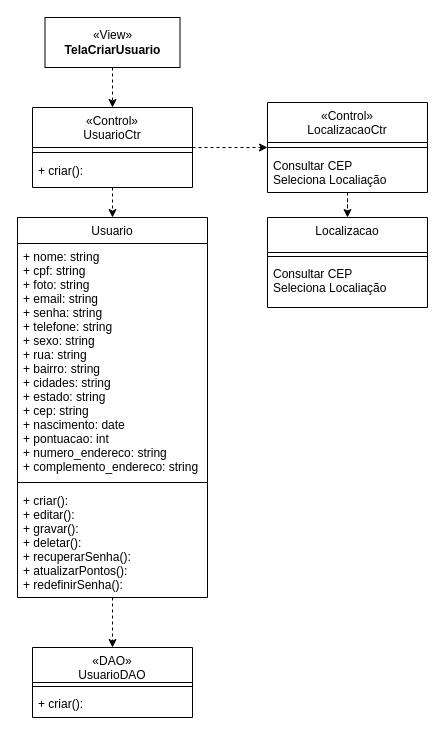
Above: Documentação/Diagramas/Diagramas de Casos de Uso/Diagrama Caso de Uso Cadastrar Usuário.drawio in frsouzaa/Documentacao-TCC-NossaVia (draw.io), before the change. Source tidied: cells renumbered, new cells numbered last; positions are measured from the earlier drawing's top-left corner, leaving out a move shared by most shapes. Both pictures are drawn from the tidied source at 100%, with x=0, y=0 at pixel (17, 17).
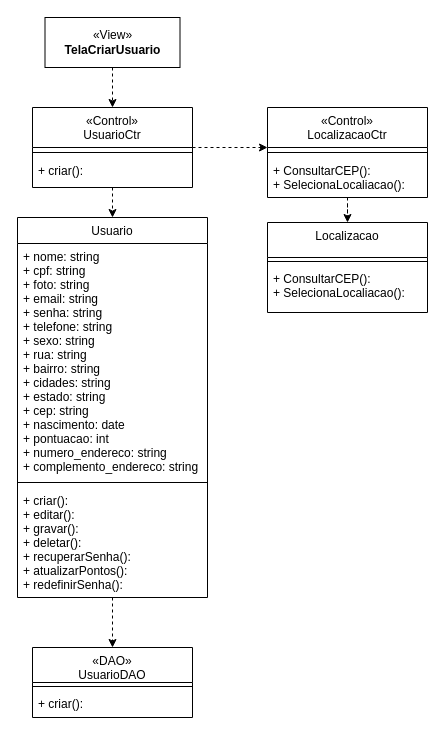
The same page after the edit.

Unchanged cells that the change refers to:
```xml
<mxCell id="13" value="«Control»&#10;UsuarioCtr" style="swimlane;fontStyle=0;align=center;verticalAlign=top;horizontal=1;startSize=40;rounded=0;shadow=0;strokeWidth=1;" parent="1" vertex="1">
  <mxGeometry x="15" y="90" width="160" height="80" as="geometry" />
</mxCell>
```

Change to the diagram source:
```diff
@@
+    <mxCell id="22" style="edgeStyle=orthogonalEdgeStyle;rounded=0;jettySize=auto;html=1;exitX=1;exitY=0.5;exitDx=0;exitDy=0;dashed=1;entryX=0;entryY=0.5;entryDx=0;entryDy=0;" parent="1" edge="1" source="13">
+      <mxGeometry relative="1" as="geometry">
+        <mxPoint x="250" y="130" as="targetPoint" />
+      </mxGeometry>
+    </mxCell>
     <mxCell id="16" value="«Control»&#10;LocalizacaoCtr" style="swimlane;fontStyle=0;align=center;verticalAlign=top;horizontal=1;startSize=40;rounded=0;shadow=0;strokeWidth=1;" parent="1" vertex="1">
-      <mxGeometry x="250" y="85" width="160" height="90" as="geometry" />
+      <mxGeometry x="250" y="90" width="160" height="90" as="geometry" />
     </mxCell>
@@
-    <mxCell id="18" value="Consultar CEP&#10;Seleciona Localiação" style="text;align=left;verticalAlign=top;spacingLeft=4;spacingRight=4;overflow=hidden;" parent="16" vertex="1">
-      <mxGeometry y="50" width="160" height="40" as="geometry" />
-    </mxCell>
+    <mxCell id="24" value="+ ConsultarCEP():&#10;+ SelecionaLocaliacao():" style="text;align=left;verticalAlign=top;spacingLeft=4;spacingRight=4;overflow=hidden;" parent="16" vertex="1">
+      <mxGeometry y="50" width="160" height="40" as="geometry" />
+    </mxCell>
     <mxCell id="19" value="Localizacao" style="swimlane;fontStyle=0;align=center;verticalAlign=top;horizontal=1;startSize=35;rounded=0;shadow=0;strokeWidth=1;" parent="1" vertex="1">
-      <mxGeometry x="250" y="200" width="160" height="90" as="geometry" />
+      <mxGeometry x="250" y="205" width="160" height="90" as="geometry" />
     </mxCell>
@@
-    <mxCell id="21" value="Consultar CEP&#10;Seleciona Localiação" style="text;align=left;verticalAlign=top;spacingLeft=4;spacingRight=4;overflow=hidden;" parent="19" vertex="1">
-      <mxGeometry y="43" width="160" height="47" as="geometry" />
-    </mxCell>
-    <mxCell id="22" style="edgeStyle=orthogonalEdgeStyle;rounded=0;jettySize=auto;html=1;exitX=1;exitY=0.5;exitDx=0;exitDy=0;dashed=1;entryX=0;entryY=0.5;entryDx=0;entryDy=0;" parent="1" edge="1" source="13" target="16">
-      <mxGeometry relative="1" as="geometry" />
-    </mxCell>
+    <mxCell id="25" value="+ ConsultarCEP():&#10;+ SelecionaLocaliacao():" style="text;align=left;verticalAlign=top;spacingLeft=4;spacingRight=4;overflow=hidden;" parent="19" vertex="1">
+      <mxGeometry y="43" width="160" height="47" as="geometry" />
+    </mxCell>
```
